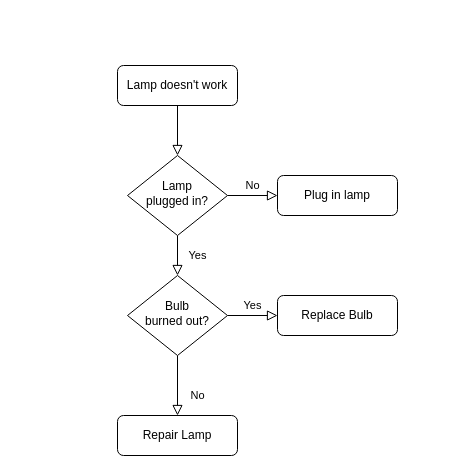
The draw.io diagram Untitled Diagram.drawio in Adityacs001/snippet, before the edit. Source tidied: cells renumbered, new cells numbered last; positions are measured from the earlier drawing's top-left corner, leaving out a move shared by most shapes. Both pictures are drawn from the tidied source at 100%, with x=0, y=0 at pixel (117, 65).
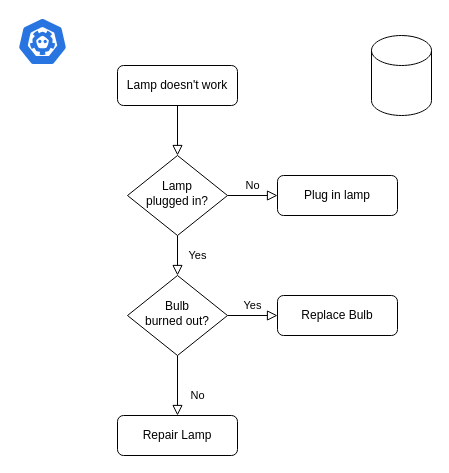
The same page after the edit.

Change to the diagram source:
```diff
@@
 <mxGraphModel>
   <root>
     <mxCell id="0" />
     <mxCell id="1" parent="0" />
     <mxCell id="2" style="rounded=0;html=1;jettySize=auto;fontSize=11;endArrow=block;endFill=0;endSize=8;strokeWidth=1;shadow=0;labelBackgroundColor=none;edgeStyle=orthogonalEdgeStyle;" parent="1" edge="1" source="3" target="6">
       <mxGeometry relative="1" as="geometry" />
     </mxCell>
     <mxCell id="3" value="Lamp doesn't work" style="rounded=1;whiteSpace=wrap;html=1;fontSize=12;glass=0;strokeWidth=1;shadow=0;" parent="1" vertex="1">
       <mxGeometry width="120" height="40" as="geometry" />
     </mxCell>
     <mxCell id="4" value="Yes" style="rounded=0;html=1;jettySize=auto;fontSize=11;endArrow=block;endFill=0;endSize=8;strokeWidth=1;shadow=0;labelBackgroundColor=none;edgeStyle=orthogonalEdgeStyle;" parent="1" edge="1" source="6" target="10">
       <mxGeometry y="20" relative="1" as="geometry" />
     </mxCell>
     <mxCell id="5" value="No" style="edgeStyle=orthogonalEdgeStyle;rounded=0;html=1;jettySize=auto;fontSize=11;endArrow=block;endFill=0;endSize=8;strokeWidth=1;shadow=0;labelBackgroundColor=none;" parent="1" edge="1" source="6" target="7">
       <mxGeometry y="10" relative="1" as="geometry" />
     </mxCell>
     <mxCell id="6" value="Lamp&lt;br&gt;plugged in?" style="rhombus;whiteSpace=wrap;html=1;shadow=0;fontFamily=Helvetica;fontSize=12;align=center;strokeWidth=1;spacing=6;spacingTop=-4;" parent="1" vertex="1">
       <mxGeometry x="10" y="90" width="100" height="80" as="geometry" />
     </mxCell>
     <mxCell id="7" value="Plug in lamp" style="rounded=1;whiteSpace=wrap;html=1;fontSize=12;glass=0;strokeWidth=1;shadow=0;" parent="1" vertex="1">
       <mxGeometry x="160" y="110" width="120" height="40" as="geometry" />
     </mxCell>
     <mxCell id="8" value="No" style="rounded=0;html=1;jettySize=auto;fontSize=11;endArrow=block;endFill=0;endSize=8;strokeWidth=1;shadow=0;labelBackgroundColor=none;edgeStyle=orthogonalEdgeStyle;" parent="1" edge="1" source="10" target="11">
       <mxGeometry x="0.33" y="20" relative="1" as="geometry" />
     </mxCell>
     <mxCell id="9" value="Yes" style="edgeStyle=orthogonalEdgeStyle;rounded=0;html=1;jettySize=auto;fontSize=11;endArrow=block;endFill=0;endSize=8;strokeWidth=1;shadow=0;labelBackgroundColor=none;" parent="1" edge="1" source="10" target="12">
       <mxGeometry y="10" relative="1" as="geometry" />
     </mxCell>
     <mxCell id="10" value="Bulb&lt;br&gt;burned out?" style="rhombus;whiteSpace=wrap;html=1;shadow=0;fontFamily=Helvetica;fontSize=12;align=center;strokeWidth=1;spacing=6;spacingTop=-4;" parent="1" vertex="1">
       <mxGeometry x="10" y="210" width="100" height="80" as="geometry" />
     </mxCell>
     <mxCell id="11" value="Repair Lamp" style="rounded=1;whiteSpace=wrap;html=1;fontSize=12;glass=0;strokeWidth=1;shadow=0;" parent="1" vertex="1">
       <mxGeometry y="350" width="120" height="40" as="geometry" />
     </mxCell>
     <mxCell id="12" value="Replace Bulb" style="rounded=1;whiteSpace=wrap;html=1;fontSize=12;glass=0;strokeWidth=1;shadow=0;" parent="1" vertex="1">
       <mxGeometry x="160" y="230" width="120" height="40" as="geometry" />
     </mxCell>
+    <mxCell id="13" style="shape=cylinder3;whiteSpace=wrap;html=1;boundedLbl=1;backgroundOutline=1;size=15;" parent="1" vertex="1">
+      <mxGeometry x="254" y="-30" width="60" height="80" as="geometry" />
+    </mxCell>
+    <mxCell id="14" style="html=1;dashed=0;whitespace=wrap;fillColor=#2875E2;strokeColor=#ffffff;shape=mxgraph.kubernetes.icon;prIcon=etcd;" parent="1" vertex="1">
+      <mxGeometry x="-100" y="-48" width="50" height="48" as="geometry" />
+    </mxCell>
   </root>
 </mxGraphModel>
```
